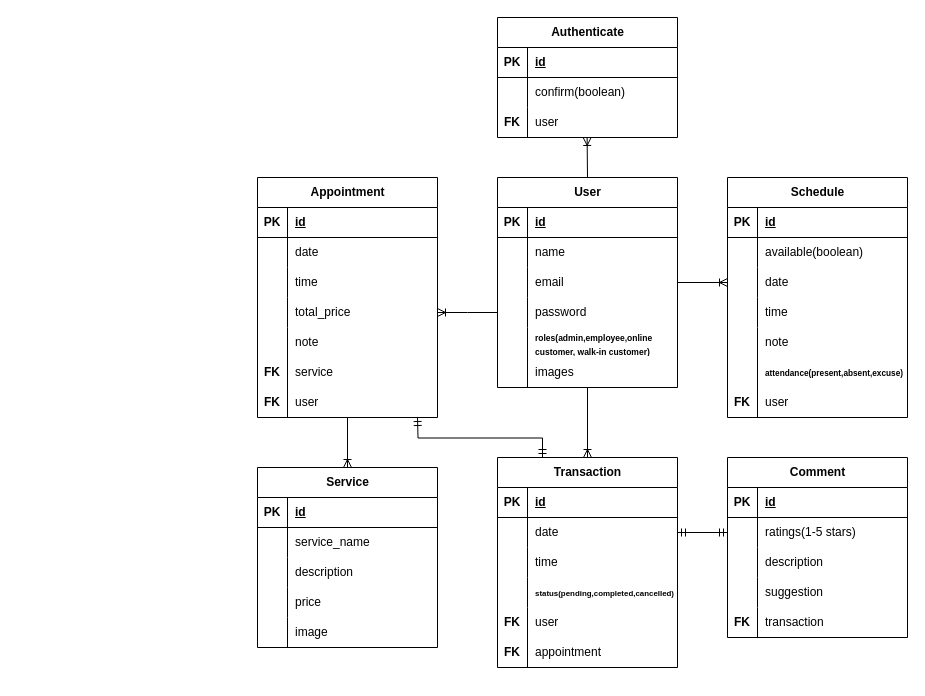
Above: erd/Salon-Erd.drawio in GabTheGreat25/Salon-Api (draw.io), before the change. Source tidied: cells renumbered, new cells numbered last; positions are measured from the earlier drawing's top-left corner, leaving out a move shared by most shapes. Both pictures are drawn from the tidied source at 100%, with x=0, y=0 at pixel (257, 17).
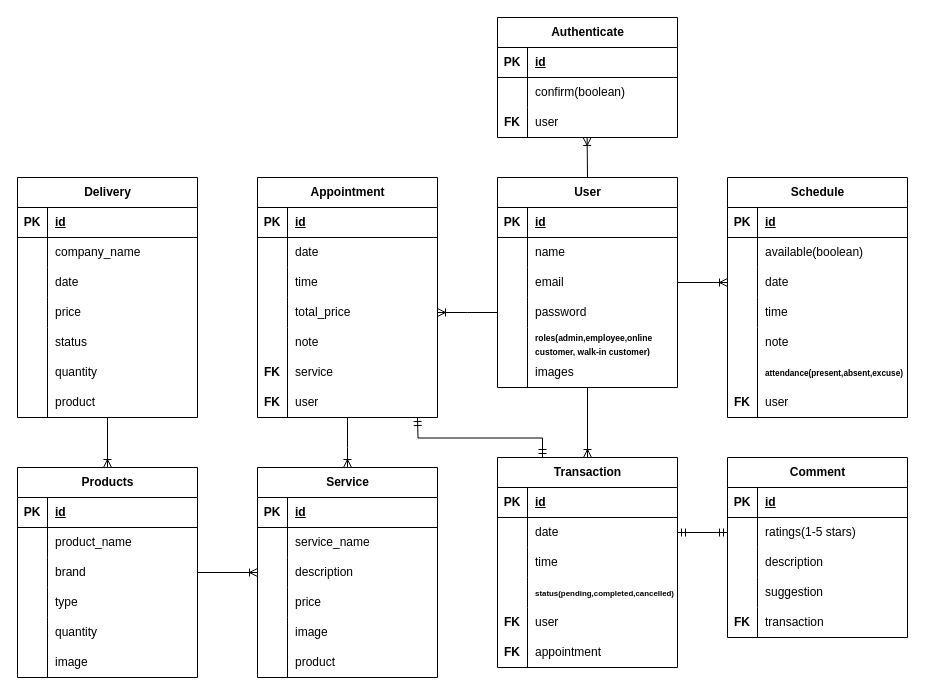
The same diagram, later.

Commit message:
Add product and delivery in erd

Unchanged cells that the change refers to:
```xml
<mxCell id="89" style="shape=tableRow;horizontal=0;startSize=0;swimlaneHead=0;swimlaneBody=0;fillColor=none;points=[[0,0.5],[1,0.5]];portConstraint=eastwest;top=0;left=0;right=0;bottom=0;" parent="82" vertex="1">
  <mxGeometry y="90" width="180" height="30" as="geometry" />
</mxCell>
```

What changed in the source:
```diff
@@
     <mxCell id="82" value="Service" style="shape=table;startSize=30;childLayout=tableLayout;rowLines=0;fontStyle=1;align=center;html=1;" parent="1" vertex="1">
-      <mxGeometry y="450" width="180" height="180" as="geometry" />
+      <mxGeometry y="450" width="180" height="210" as="geometry" />
     </mxCell>
@@
     <mxCell id="95" style="endArrow=none;html=1;rounded=0;" parent="1" edge="1">
       <mxGeometry relative="1" as="geometry">
         <mxPoint x="30" y="600" as="sourcePoint" />
-        <mxPoint x="30" y="630" as="targetPoint" />
+        <mxPoint x="30" y="660" as="targetPoint" />
       </mxGeometry>
     </mxCell>
@@
     <mxCell id="118" style="fontSize=12;html=1;endArrow=ERoneToMany;rounded=0;entryX=0.5;entryY=0;entryDx=0;entryDy=0;" parent="1" edge="1" target="82">
       <mxGeometry relative="1" as="geometry">
         <mxPoint x="90" y="400" as="sourcePoint" />
+        <Array as="points">
+          <mxPoint x="90" y="430" />
+        </Array>
       </mxGeometry>
     </mxCell>
@@
+    <mxCell id="122" value="Products" style="shape=table;startSize=30;childLayout=tableLayout;rowLines=0;fontStyle=1;align=center;html=1;" parent="1" vertex="1">
+      <mxGeometry x="-240" y="450" width="180" height="210" as="geometry" />
+    </mxCell>
+    <mxCell id="123" style="shape=tableRow;horizontal=0;startSize=0;swimlaneHead=0;swimlaneBody=0;fillColor=none;top=0;left=0;right=0;bottom=1;" parent="122" vertex="1">
+      <mxGeometry y="30" width="180" height="30" as="geometry" />
+    </mxCell>
+    <mxCell id="124" value="PK" style="shape=partialRectangle;fillColor=none;top=0;left=0;bottom=0;right=0;fontStyle=1;overflow=hidden;whiteSpace=wrap;html=1;" parent="123" vertex="1">
+      <mxGeometry width="30" height="30" as="geometry" />
+    </mxCell>
+    <mxCell id="125" value="id" style="shape=partialRectangle;fillColor=none;top=0;left=0;bottom=0;right=0;align=left;spacingLeft=6;fontStyle=5;overflow=hidden;whiteSpace=wrap;html=1;" parent="123" vertex="1">
+      <mxGeometry x="30" width="150" height="30" as="geometry" />
+    </mxCell>
+    <mxCell id="126" style="shape=tableRow;horizontal=0;startSize=0;swimlaneHead=0;swimlaneBody=0;fillColor=none;top=0;left=0;right=0;bottom=0;" parent="122" vertex="1">
+      <mxGeometry y="60" width="180" height="30" as="geometry" />
+    </mxCell>
+    <mxCell id="127" style="shape=partialRectangle;fillColor=none;top=0;left=0;bottom=0;right=0;overflow=hidden;whiteSpace=wrap;html=1;" parent="126" vertex="1">
+      <mxGeometry width="30" height="30" as="geometry" />
+    </mxCell>
+    <mxCell id="128" value="product_name" style="shape=partialRectangle;fillColor=none;top=0;left=0;bottom=0;right=0;align=left;spacingLeft=6;overflow=hidden;whiteSpace=wrap;html=1;" parent="126" vertex="1">
+      <mxGeometry x="30" width="150" height="30" as="geometry" />
+    </mxCell>
+    <mxCell id="129" style="shape=tableRow;horizontal=0;startSize=0;swimlaneHead=0;swimlaneBody=0;fillColor=none;points=[[0,0.5],[1,0.5]];portConstraint=eastwest;top=0;left=0;right=0;bottom=0;" parent="122" vertex="1">
+      <mxGeometry y="90" width="180" height="30" as="geometry" />
+    </mxCell>
+    <mxCell id="130" style="shape=partialRectangle;fillColor=none;top=0;left=0;bottom=0;right=0;overflow=hidden;whiteSpace=wrap;html=1;" parent="129" vertex="1">
+      <mxGeometry width="30" height="30" as="geometry" />
+    </mxCell>
+    <mxCell id="131" value="brand" style="shape=partialRectangle;fillColor=none;top=0;left=0;bottom=0;right=0;align=left;spacingLeft=6;overflow=hidden;whiteSpace=wrap;html=1;" parent="129" vertex="1">
+      <mxGeometry x="30" width="150" height="30" as="geometry" />
+    </mxCell>
+    <mxCell id="132" style="shape=tableRow;horizontal=0;startSize=0;swimlaneHead=0;swimlaneBody=0;fillColor=none;top=0;left=0;right=0;bottom=0;" parent="122" vertex="1">
+      <mxGeometry y="120" width="180" height="30" as="geometry" />
+    </mxCell>
+    <mxCell id="133" style="shape=partialRectangle;fillColor=none;top=0;left=0;bottom=0;right=0;overflow=hidden;whiteSpace=wrap;html=1;" parent="132" vertex="1">
+      <mxGeometry width="30" height="30" as="geometry" />
+    </mxCell>
+    <mxCell id="134" value="type" style="shape=partialRectangle;fillColor=none;top=0;left=0;bottom=0;right=0;align=left;spacingLeft=6;overflow=hidden;whiteSpace=wrap;html=1;" parent="132" vertex="1">
+      <mxGeometry x="30" width="150" height="30" as="geometry" />
+    </mxCell>
+    <mxCell id="135" style="endArrow=none;html=1;rounded=0;" parent="1" edge="1">
+      <mxGeometry relative="1" as="geometry">
+        <mxPoint x="-210" y="600" as="sourcePoint" />
+        <mxPoint x="-210" y="660" as="targetPoint" />
+      </mxGeometry>
+    </mxCell>
+    <mxCell id="136" value="quantity" style="shape=partialRectangle;fillColor=none;top=0;left=0;bottom=0;right=0;align=left;spacingLeft=6;overflow=hidden;whiteSpace=wrap;html=1;" parent="1" vertex="1">
+      <mxGeometry x="-210" y="600" width="150" height="30" as="geometry" />
+    </mxCell>
+    <mxCell id="137" value="image" style="shape=partialRectangle;fillColor=none;top=0;left=0;bottom=0;right=0;align=left;spacingLeft=6;overflow=hidden;whiteSpace=wrap;html=1;" parent="1" vertex="1">
+      <mxGeometry x="-210" y="630" width="150" height="30" as="geometry" />
+    </mxCell>
+    <mxCell id="138" value="product" style="shape=partialRectangle;fillColor=none;top=0;left=0;bottom=0;right=0;align=left;spacingLeft=6;overflow=hidden;whiteSpace=wrap;html=1;" parent="1" vertex="1">
+      <mxGeometry x="30" y="630" width="150" height="30" as="geometry" />
+    </mxCell>
+    <mxCell id="139" style="fontSize=12;html=1;endArrow=ERoneToMany;rounded=0;exitX=1;exitY=0.5;exitDx=0;exitDy=0;" parent="1" edge="1" source="129" target="89">
+      <mxGeometry relative="1" as="geometry" />
+    </mxCell>
+    <mxCell id="140" value="Delivery" style="shape=table;startSize=30;childLayout=tableLayout;rowLines=0;fontStyle=1;align=center;html=1;" parent="1" vertex="1">
+      <mxGeometry x="-240" y="160" width="180" height="240" as="geometry" />
+    </mxCell>
+    <mxCell id="141" style="shape=tableRow;horizontal=0;startSize=0;swimlaneHead=0;swimlaneBody=0;fillColor=none;top=0;left=0;right=0;bottom=1;" parent="140" vertex="1">
+      <mxGeometry y="30" width="180" height="30" as="geometry" />
+    </mxCell>
+    <mxCell id="142" value="PK" style="shape=partialRectangle;fillColor=none;top=0;left=0;bottom=0;right=0;fontStyle=1;overflow=hidden;whiteSpace=wrap;html=1;" parent="141" vertex="1">
+      <mxGeometry width="30" height="30" as="geometry" />
+    </mxCell>
+    <mxCell id="143" value="id" style="shape=partialRectangle;fillColor=none;top=0;left=0;bottom=0;right=0;align=left;spacingLeft=6;fontStyle=5;overflow=hidden;whiteSpace=wrap;html=1;" parent="141" vertex="1">
+      <mxGeometry x="30" width="150" height="30" as="geometry" />
+    </mxCell>
+    <mxCell id="144" style="shape=tableRow;horizontal=0;startSize=0;swimlaneHead=0;swimlaneBody=0;fillColor=none;top=0;left=0;right=0;bottom=0;" parent="140" vertex="1">
+      <mxGeometry y="60" width="180" height="30" as="geometry" />
+    </mxCell>
+    <mxCell id="145" style="shape=partialRectangle;fillColor=none;top=0;left=0;bottom=0;right=0;overflow=hidden;whiteSpace=wrap;html=1;" parent="144" vertex="1">
+      <mxGeometry width="30" height="30" as="geometry" />
+    </mxCell>
+    <mxCell id="146" value="company_name" style="shape=partialRectangle;fillColor=none;top=0;left=0;bottom=0;right=0;align=left;spacingLeft=6;overflow=hidden;whiteSpace=wrap;html=1;" parent="144" vertex="1">
+      <mxGeometry x="30" width="150" height="30" as="geometry" />
+    </mxCell>
+    <mxCell id="147" style="shape=tableRow;horizontal=0;startSize=0;swimlaneHead=0;swimlaneBody=0;fillColor=none;top=0;left=0;right=0;bottom=0;" parent="140" vertex="1">
+      <mxGeometry y="90" width="180" height="30" as="geometry" />
+    </mxCell>
+    <mxCell id="148" style="shape=partialRectangle;fillColor=none;top=0;left=0;bottom=0;right=0;overflow=hidden;whiteSpace=wrap;html=1;" parent="147" vertex="1">
+      <mxGeometry width="30" height="30" as="geometry" />
+    </mxCell>
+    <mxCell id="149" value="date" style="shape=partialRectangle;fillColor=none;top=0;left=0;bottom=0;right=0;align=left;spacingLeft=6;overflow=hidden;whiteSpace=wrap;html=1;" parent="147" vertex="1">
+      <mxGeometry x="30" width="150" height="30" as="geometry" />
+    </mxCell>
+    <mxCell id="150" style="shape=tableRow;horizontal=0;startSize=0;swimlaneHead=0;swimlaneBody=0;fillColor=none;top=0;left=0;right=0;bottom=0;" parent="140" vertex="1">
+      <mxGeometry y="120" width="180" height="30" as="geometry" />
+    </mxCell>
+    <mxCell id="151" style="shape=partialRectangle;fillColor=none;top=0;left=0;bottom=0;right=0;overflow=hidden;whiteSpace=wrap;html=1;" parent="150" vertex="1">
+      <mxGeometry width="30" height="30" as="geometry" />
+    </mxCell>
+    <mxCell id="152" value="price" style="shape=partialRectangle;fillColor=none;top=0;left=0;bottom=0;right=0;align=left;spacingLeft=6;overflow=hidden;whiteSpace=wrap;html=1;" parent="150" vertex="1">
+      <mxGeometry x="30" width="150" height="30" as="geometry" />
+    </mxCell>
+    <mxCell id="153" style="endArrow=none;html=1;rounded=0;" parent="1" edge="1">
+      <mxGeometry relative="1" as="geometry">
+        <mxPoint x="-210" y="310" as="sourcePoint" />
+        <mxPoint x="-210" y="400" as="targetPoint" />
+      </mxGeometry>
+    </mxCell>
+    <mxCell id="154" value="status" style="shape=partialRectangle;fillColor=none;top=0;left=0;bottom=0;right=0;align=left;spacingLeft=6;overflow=hidden;whiteSpace=wrap;html=1;" parent="1" vertex="1">
+      <mxGeometry x="-210" y="310" width="150" height="30" as="geometry" />
+    </mxCell>
+    <mxCell id="155" value="quantity" style="shape=partialRectangle;fillColor=none;top=0;left=0;bottom=0;right=0;align=left;spacingLeft=6;overflow=hidden;whiteSpace=wrap;html=1;" parent="1" vertex="1">
+      <mxGeometry x="-210" y="340" width="150" height="30" as="geometry" />
+    </mxCell>
+    <mxCell id="156" value="product" style="shape=partialRectangle;fillColor=none;top=0;left=0;bottom=0;right=0;align=left;spacingLeft=6;overflow=hidden;whiteSpace=wrap;html=1;" parent="1" vertex="1">
+      <mxGeometry x="-210" y="370" width="150" height="30" as="geometry" />
+    </mxCell>
+    <mxCell id="157" style="fontSize=12;html=1;endArrow=ERoneToMany;rounded=0;entryX=0.5;entryY=0;entryDx=0;entryDy=0;" parent="1" edge="1" target="122">
+      <mxGeometry relative="1" as="geometry">
+        <mxPoint x="-150" y="400" as="sourcePoint" />
+      </mxGeometry>
+    </mxCell>
```
